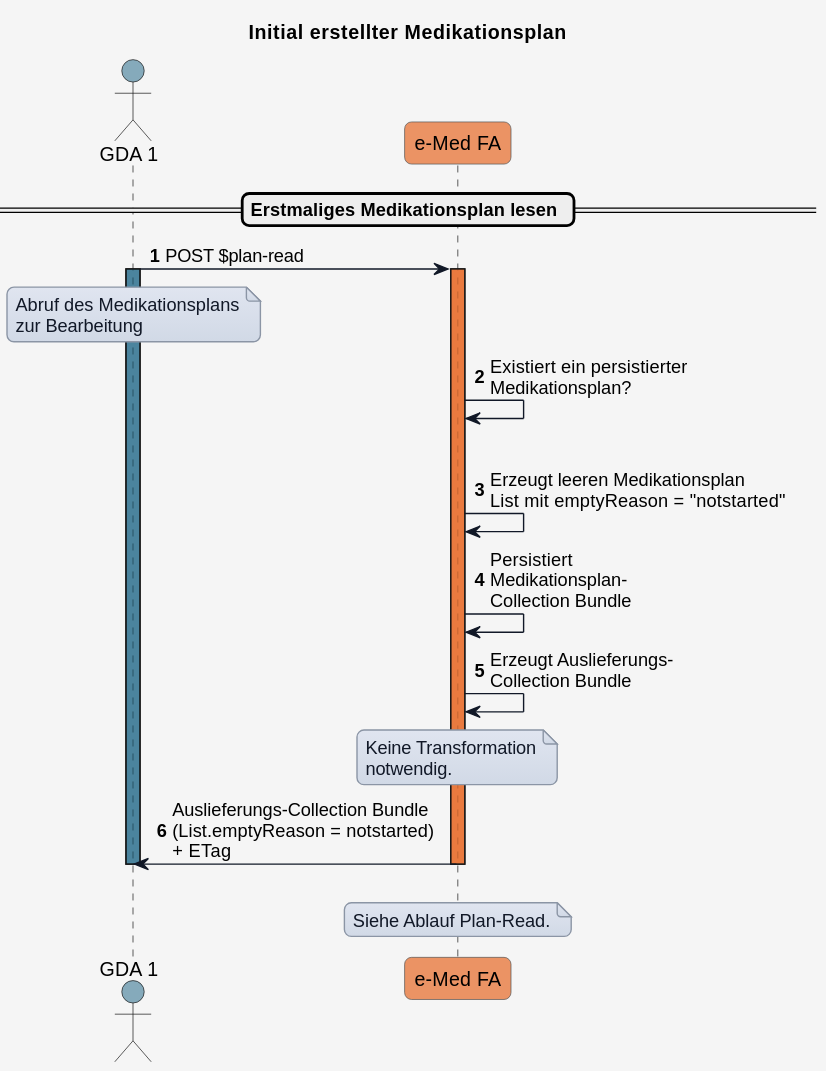
Before: input/images/plantuml/UC_eMed_05_03.svg, a diagram exported from PlantUML (HL7Austria/ELGA-e-Medikation-R4).
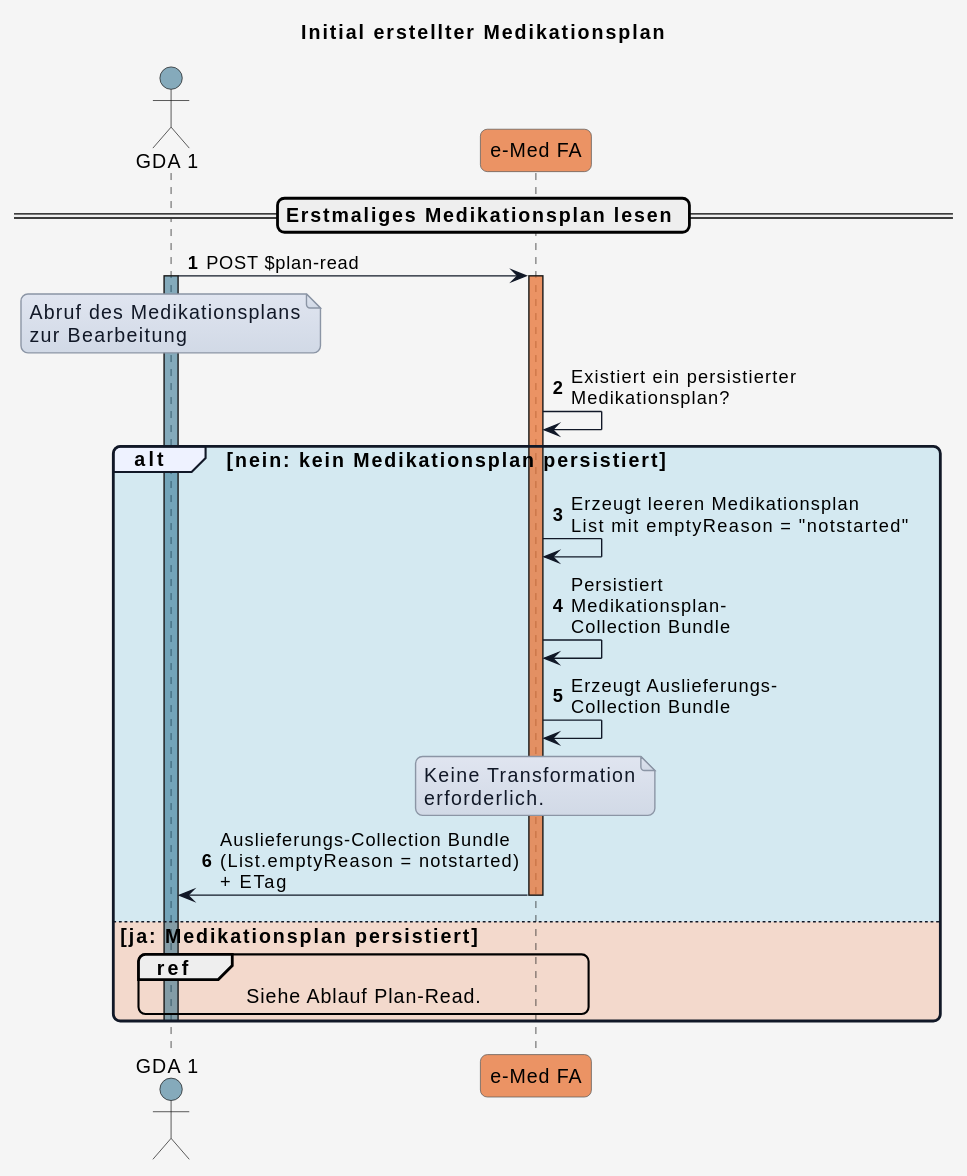
Later version of the same file.

The edit, as a diff of the source:
```diff
@@ -7,6 +7,7 @@
 skinparam shadowing false
 skinparam roundCorner 10
 skinparam defaultFontName "Arial"
+skinparam defaultFontSize 14
 skinparam defaultFontColor #000000
 skinparam HyperlinkColor #0000EE
 skinparam HyperlinkUnderline false
@@ -72,20 +73,20 @@
   eMed_FA -> eMed_FA: Persistiert\nMedikationsplan-\nCollection Bundle
   eMed_FA -> eMed_FA: Erzeugt Auslieferungs-\nCollection Bundle
 
-
-
   note over eMed_FA
   Keine Transformation
-  notwendig.
+  erforderlich.
   end note
   eMed_FA -> GDA_1: Auslieferungs-Collection Bundle\n(List.emptyReason = notstarted)\n+ ETag
   deactivate eMed_FA
 
 
 else COLOR_ERROR ja: Medikationsplan persistiert
-  note over eMed_FA
+
+  ref over GDA_1,eMed_FA
   Siehe Ablauf Plan-Read.
-  end note
+  end ref
 
 deactivate GDA_1
+end
 @enduml
```
